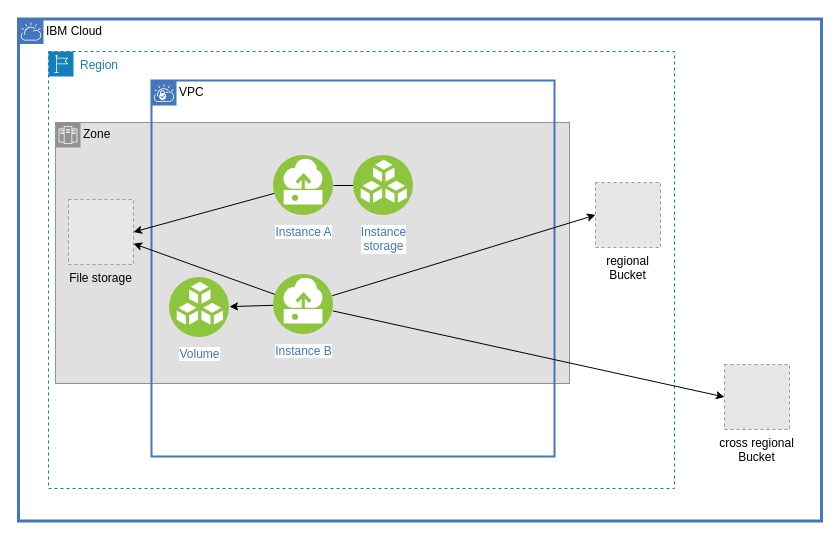
powellquiring/ibm-storage keeps this draw.io diagram as page "more" (2 of 3) of drawio/storage.drawio. Above is the earlier version. Source tidied: cells renumbered, new cells numbered last; positions are measured from the earlier drawing's top-left corner, leaving out a move shared by most shapes. Both pictures are drawn from the tidied source at 100%, with x=0, y=0 at pixel (18, 19). Pictures stored in the file or linked from it are replaced by grey dashed boxes.
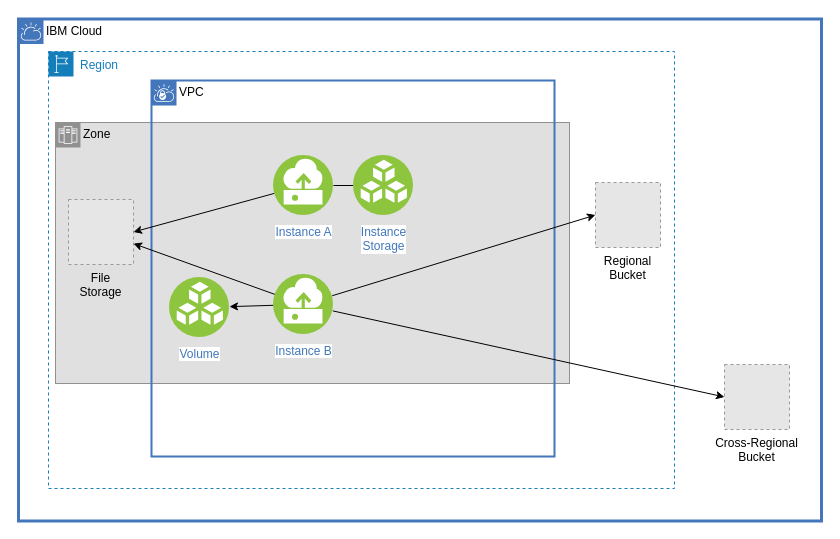
The same diagram, later.

Change to the diagram source:
```diff
@@
 <mxGraphModel>
   <root>
     <mxCell id="0" />
     <mxCell id="1" parent="0" />
     <mxCell id="2" value="IBM Cloud" style="shape=mxgraph.ibm.box;prType=cloud;fontStyle=0;verticalAlign=top;align=left;spacingLeft=32;spacingTop=4;fillColor=none;rounded=0;whiteSpace=wrap;html=1;strokeColor=#4376BB;strokeWidth=3;dashed=0;spacing=-4;" parent="1" vertex="1">
       <mxGeometry y="-0.5" width="803" height="502" as="geometry" />
     </mxCell>
     <mxCell id="3" value="Zone" style="shape=mxgraph.ibm.box;prType=zone;fontStyle=0;verticalAlign=top;align=left;spacingLeft=32;spacingTop=4;fillColor=#E0E0E0;rounded=0;whiteSpace=wrap;html=1;strokeColor=#919191;strokeWidth=1;dashed=0;spacing=-4;" parent="1" vertex="1">
       <mxGeometry x="37" y="103" width="514" height="261" as="geometry" />
     </mxCell>
     <mxCell id="4" value="VPC" style="shape=mxgraph.ibm.box;prType=vpc;fontStyle=0;verticalAlign=top;align=left;spacingLeft=32;spacingTop=4;fillColor=none;rounded=0;whiteSpace=wrap;html=1;strokeColor=#4376BB;strokeWidth=2;dashed=0;spacing=-4;" parent="1" vertex="1">
       <mxGeometry x="133" y="61" width="403" height="376" as="geometry" />
     </mxCell>
     <mxCell id="5" value="Region" style="gradientColor=none;html=1;whiteSpace=wrap;fontSize=12;fontStyle=0;shape=mxgraph.aws4.group;grIcon=mxgraph.aws4.group_region;strokeColor=#147EBA;fillColor=none;verticalAlign=top;align=left;spacingLeft=30;fontColor=#147EBA;dashed=1;" parent="1" vertex="1">
       <mxGeometry x="30" y="32" width="626" height="437" as="geometry" />
     </mxCell>
     <mxCell id="6" style="rounded=0;jettySize=auto;html=1;" parent="1" edge="1" source="10" target="11">
       <mxGeometry relative="1" as="geometry" />
     </mxCell>
     <mxCell id="7" style="edgeStyle=none;rounded=0;jettySize=auto;html=1;" parent="1" edge="1" source="10" target="16">
       <mxGeometry relative="1" as="geometry" />
     </mxCell>
     <mxCell id="8" style="edgeStyle=none;rounded=0;jettySize=auto;html=1;entryX=0;entryY=0.5;entryDx=0;entryDy=0;" parent="1" edge="1" source="10" target="17">
       <mxGeometry relative="1" as="geometry" />
     </mxCell>
     <mxCell id="9" style="edgeStyle=none;rounded=0;jettySize=auto;html=1;entryX=0;entryY=0.5;entryDx=0;entryDy=0;" parent="1" edge="1" source="10" target="18">
       <mxGeometry relative="1" as="geometry" />
     </mxCell>
     <mxCell id="10" value="Instance B" style="perimeter=ellipsePerimeter;html=1;align=center;shadow=0;dashed=0;fontColor=#4277BB;labelBackgroundColor=#ffffff;fontSize=12;spacingTop=3;image;image=img/lib/ibm/vpc/Instance.svg;" parent="1" vertex="1">
       <mxGeometry x="255" y="255" width="60" height="60" as="geometry" />
     </mxCell>
     <mxCell id="11" value="Volume" style="perimeter=ellipsePerimeter;html=1;align=center;shadow=0;dashed=0;fontColor=#4277BB;labelBackgroundColor=#ffffff;fontSize=12;spacingTop=3;image;image=img/lib/ibm/vpc/BlockStorage.svg;" parent="1" vertex="1">
       <mxGeometry x="151" y="258" width="60" height="60" as="geometry" />
     </mxCell>
     <mxCell id="12" style="edgeStyle=none;rounded=0;jettySize=auto;html=1;entryX=1;entryY=0.5;entryDx=0;entryDy=0;" parent="1" edge="1" source="14" target="16">
       <mxGeometry relative="1" as="geometry" />
     </mxCell>
     <mxCell id="13" style="edgeStyle=none;rounded=0;jettySize=auto;html=1;endArrow=none;endFill=0;" parent="1" edge="1" source="14" target="15">
       <mxGeometry relative="1" as="geometry" />
     </mxCell>
     <mxCell id="14" value="Instance A" style="perimeter=ellipsePerimeter;html=1;align=center;shadow=0;dashed=0;fontColor=#4277BB;labelBackgroundColor=#ffffff;fontSize=12;spacingTop=3;image;image=img/lib/ibm/vpc/Instance.svg;" parent="1" vertex="1">
       <mxGeometry x="255" y="136" width="60" height="60" as="geometry" />
     </mxCell>
-    <mxCell id="15" value="Instance&lt;br&gt;storage" style="perimeter=ellipsePerimeter;html=1;align=center;shadow=0;dashed=0;fontColor=#4277BB;labelBackgroundColor=#ffffff;fontSize=12;spacingTop=3;image;image=img/lib/ibm/vpc/BlockStorage.svg;" parent="1" vertex="1">
+    <mxCell id="15" value="Instance&lt;br&gt;Storage" style="perimeter=ellipsePerimeter;html=1;align=center;shadow=0;dashed=0;fontColor=#4277BB;labelBackgroundColor=#ffffff;fontSize=12;spacingTop=3;image;image=img/lib/ibm/vpc/BlockStorage.svg;" parent="1" vertex="1">
       <mxGeometry x="335" y="136" width="60" height="60" as="geometry" />
     </mxCell>
-    <mxCell id="16" value="File storage" style="fillColor=#E6E6E6;strokeColor=#999999;dashed=1;verticalLabelPosition=bottom;verticalAlign=top;" parent="1" vertex="1">
+    <mxCell id="16" value="File&#10;Storage" style="fillColor=#E6E6E6;strokeColor=#999999;dashed=1;verticalLabelPosition=bottom;verticalAlign=top;" parent="1" vertex="1">
       <mxGeometry x="50" y="180" width="65" height="65" as="geometry" />
     </mxCell>
-    <mxCell id="17" value="cross regional&#10;Bucket" style="fillColor=#E6E6E6;strokeColor=#999999;dashed=1;verticalLabelPosition=bottom;verticalAlign=top;" parent="1" vertex="1">
+    <mxCell id="17" value="Cross-Regional&#10;Bucket" style="fillColor=#E6E6E6;strokeColor=#999999;dashed=1;verticalLabelPosition=bottom;verticalAlign=top;" parent="1" vertex="1">
       <mxGeometry x="706" y="345" width="65" height="65" as="geometry" />
     </mxCell>
-    <mxCell id="18" value="regional&#10;Bucket" style="fillColor=#E6E6E6;strokeColor=#999999;dashed=1;verticalLabelPosition=bottom;verticalAlign=top;" parent="1" vertex="1">
+    <mxCell id="18" value="Regional&#10;Bucket" style="fillColor=#E6E6E6;strokeColor=#999999;dashed=1;verticalLabelPosition=bottom;verticalAlign=top;" parent="1" vertex="1">
       <mxGeometry x="577" y="163" width="65" height="65" as="geometry" />
     </mxCell>
   </root>
 </mxGraphModel>
```
